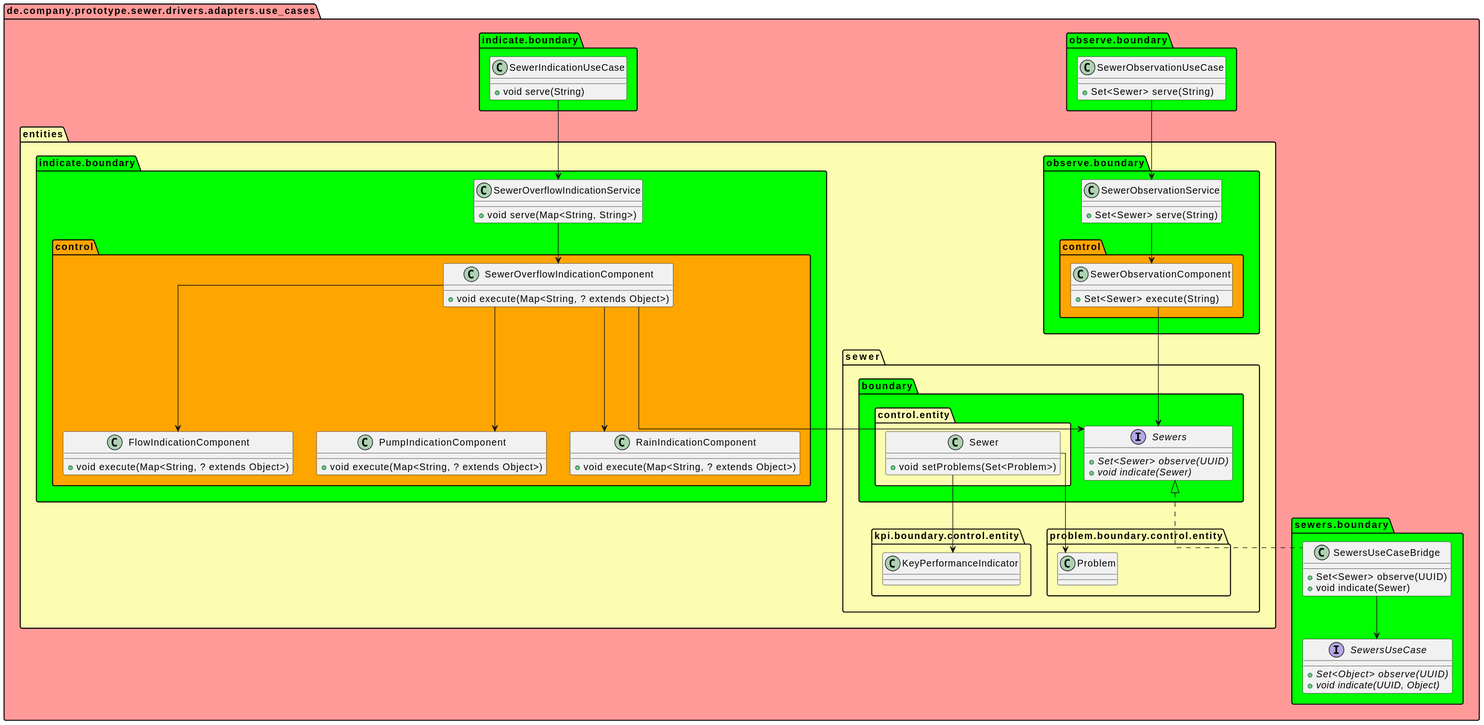
This is doc/uml/svg/use_cases.svg from Pankraz76/sewers2, a PlantUML export, as it was before one commit.
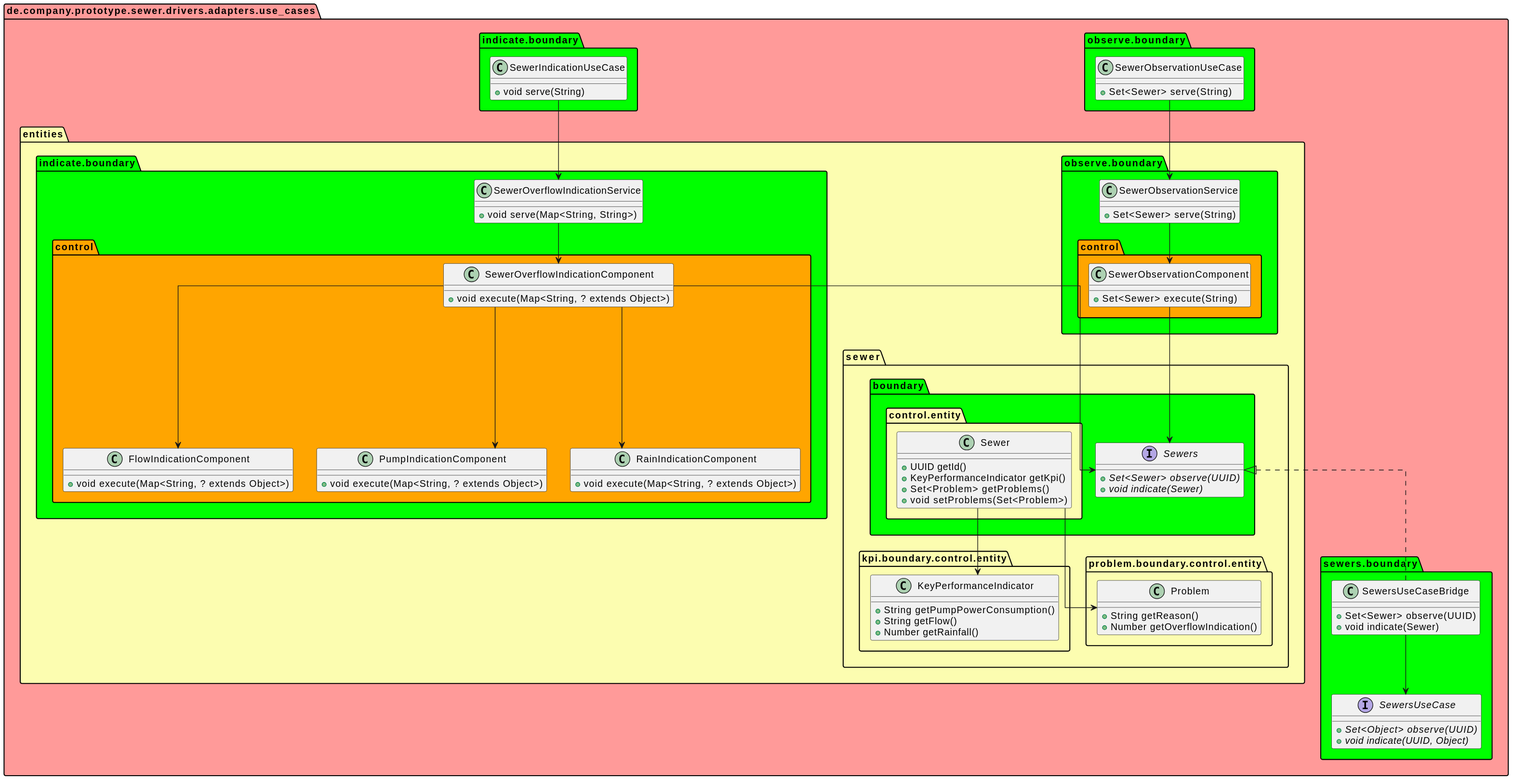
The same file after the commit.

Diff of the diagram source:
```diff
@@ -49,11 +49,19 @@
   + {abstract}void indicate(Sewer)
 }
 class "Sewer" as de.company.prototype.sewer.drivers.adapters.use_cases.entities.sewer.boundary.control.entity.Sewer {
+  +UUID getId()
+  +KeyPerformanceIndicator getKpi()
+  +Set<Problem> getProblems()
   +void setProblems(Set<Problem>)
 }
 class "KeyPerformanceIndicator" as de.company.prototype.sewer.drivers.adapters.use_cases.entities.sewer.kpi.boundary.control.entity.KeyPerformanceIndicator {
+  +String getPumpPowerConsumption()
+  +String getFlow()
+  +Number getRainfall()
 }
 class "Problem" as de.company.prototype.sewer.drivers.adapters.use_cases.entities.sewer.problem.boundary.control.entity.Problem {
+  +String getReason()
+  +Number getOverflowIndication()
 }
 class "SewerIndicationUseCase" as de.company.prototype.sewer.drivers.adapters.use_cases.indicate.boundary.SewerIndicationUseCase {
   +void serve(String)
```
